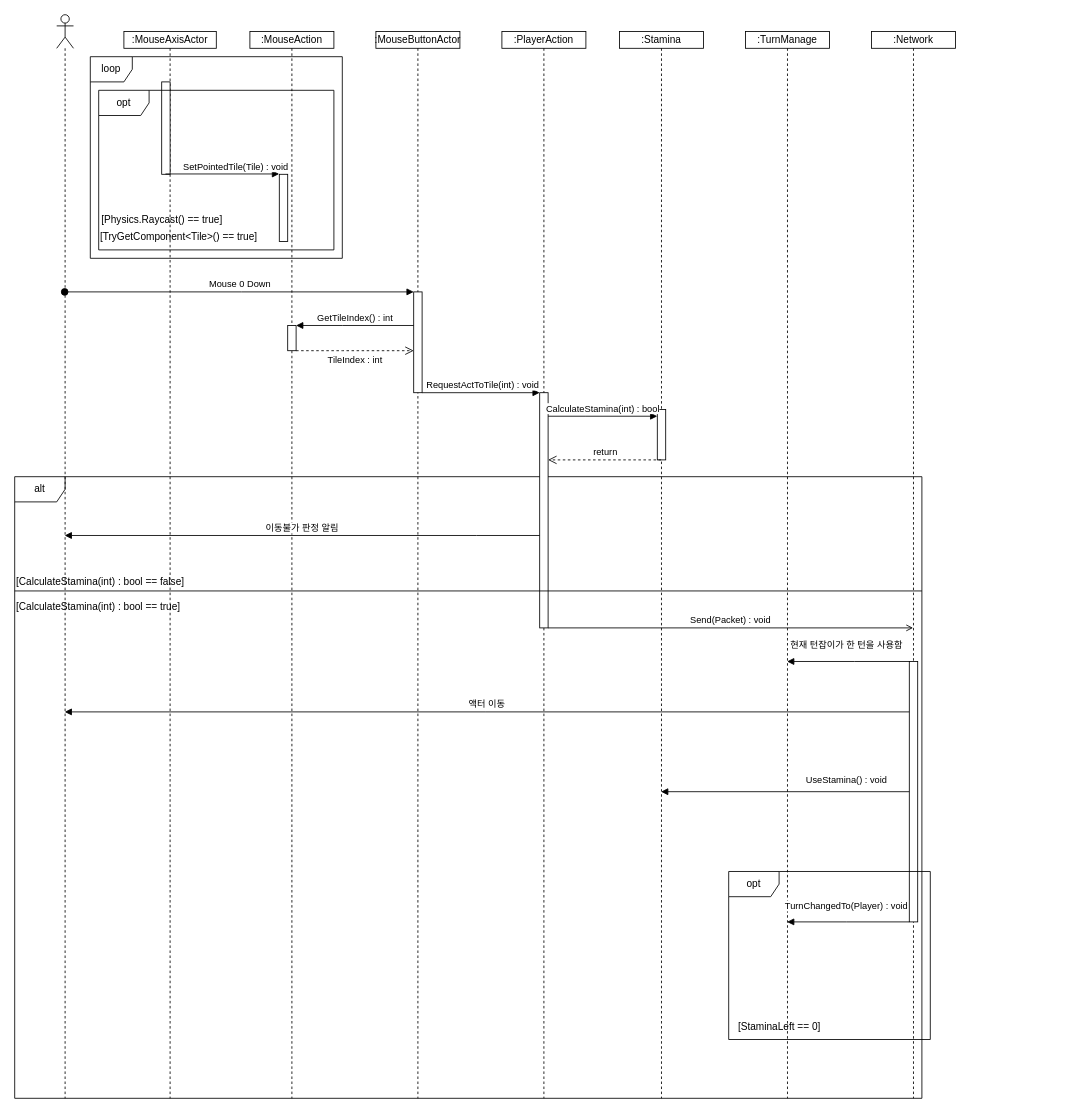
O-pera/MOBA keeps this draw.io diagram as page "RequestPlayerAction.Seq" (2 of 2) of Assets/Diagram/Sequence.drawio. Above is the earlier version. Source tidied: cells renumbered, new cells numbered last; positions are measured from the earlier drawing's top-left corner, leaving out a move shared by most shapes. Both pictures are drawn from the tidied source at 84%, with x=0, y=0 at pixel (14, 14).
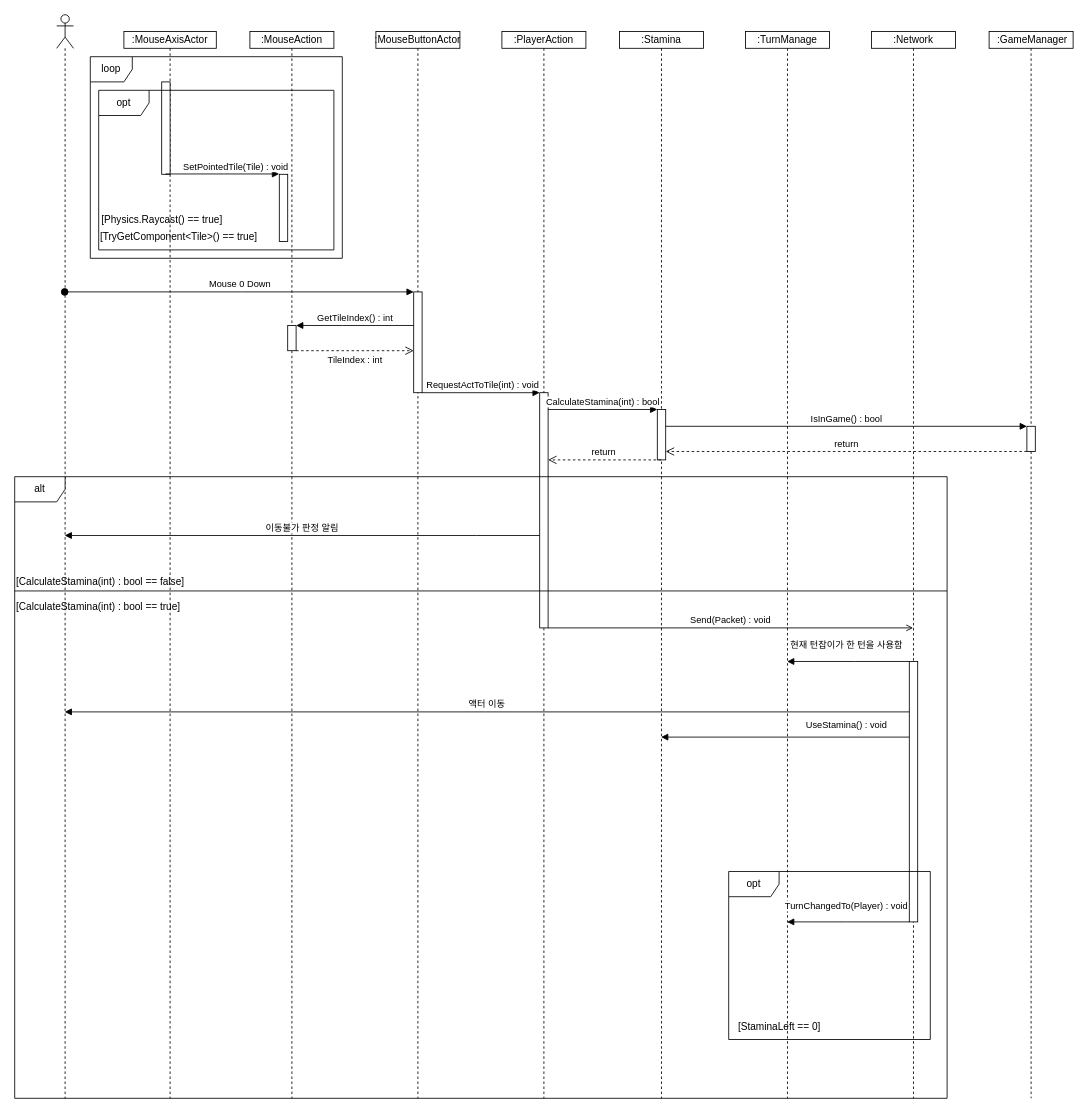
Above is the later version.

Unchanged cells that the change refers to:
```xml
<mxCell id="8" value=":Stamina" style="shape=umlLifeline;perimeter=lifelinePerimeter;whiteSpace=wrap;html=1;outlineConnect=0;size=20;" parent="1" vertex="1">
  <mxGeometry x="720" y="20" width="100" height="1270" as="geometry" />
</mxCell>
<mxCell id="9" style="html=1;points=[];perimeter=orthogonalPerimeter;" parent="8" vertex="1">
  <mxGeometry x="45" y="450" width="10" height="60" as="geometry" />
</mxCell>
<mxCell id="14" style="html=1;points=[];perimeter=orthogonalPerimeter;" parent="13" vertex="1">
  <mxGeometry x="45" y="750" width="10" height="310" as="geometry" />
</mxCell>
<mxCell id="25" style="html=1;points=[];perimeter=orthogonalPerimeter;" parent="24" vertex="1">
  <mxGeometry x="45" y="430" width="10" height="280" as="geometry" />
</mxCell>
```

Diff of the diagram source:
```diff
@@
-    <mxCell id="2" value="alt" style="shape=umlFrame;whiteSpace=wrap;html=1;" parent="1" vertex="1">
-      <mxGeometry y="550" width="1080" height="740" as="geometry" />
-    </mxCell>
@@
     <mxCell id="29" value="CalculateStamina(int) : bool" style="html=1;verticalAlign=bottom;endArrow=block;rounded=0;" parent="1" edge="1" source="25" target="9">
       <mxGeometry relative="1" as="geometry">
         <Array as="points">
-          <mxPoint x="680" y="478" />
+          <mxPoint x="680" y="470" />
         </Array>
       </mxGeometry>
     </mxCell>
     <mxCell id="30" value="return" style="html=1;verticalAlign=bottom;endArrow=open;dashed=1;endSize=8;rounded=0;" parent="1" edge="1" source="8" target="25">
-      <mxGeometry relative="1" as="geometry">
+      <mxGeometry x="0.03" relative="1" as="geometry">
         <Array as="points">
+          <mxPoint x="700" y="530" />
           <mxPoint x="670" y="530" />
         </Array>
       </mxGeometry>
     </mxCell>
@@
     <mxCell id="35" style="line;strokeWidth=1;fillColor=none;align=left;verticalAlign=middle;spacingTop=-1;spacingLeft=3;spacingRight=3;labelPosition=right;strokeColor=inherit;" parent="1" vertex="1">
-      <mxGeometry y="682" width="1080" height="8" as="geometry" />
+      <mxGeometry y="682" width="1110" height="8" as="geometry" />
     </mxCell>
@@
     <mxCell id="38" value="UseStamina() : void" style="html=1;verticalAlign=bottom;endArrow=block;rounded=0;" parent="1" edge="1" source="14" target="8">
-      <mxGeometry x="-0.49" y="-5" relative="1" as="geometry" />
+      <mxGeometry x="-0.49" y="-5" relative="1" as="geometry">
+        <Array as="points">
+          <mxPoint x="930" y="860" />
+        </Array>
+      </mxGeometry>
     </mxCell>
@@
+    <mxCell id="42" value="&amp;nbsp;:GameManager" style="shape=umlLifeline;perimeter=lifelinePerimeter;whiteSpace=wrap;html=1;newEdgeStyle={&quot;edgeStyle&quot;:&quot;elbowEdgeStyle&quot;,&quot;elbow&quot;:&quot;vertical&quot;,&quot;curved&quot;:0,&quot;rounded&quot;:0};size=20;" parent="1" vertex="1">
+      <mxGeometry x="1160" y="20" width="100" height="1270" as="geometry" />
+    </mxCell>
+    <mxCell id="43" style="html=1;points=[];perimeter=orthogonalPerimeter;outlineConnect=0;targetShapes=umlLifeline;portConstraint=eastwest;newEdgeStyle={&quot;edgeStyle&quot;:&quot;elbowEdgeStyle&quot;,&quot;elbow&quot;:&quot;vertical&quot;,&quot;curved&quot;:0,&quot;rounded&quot;:0};" parent="42" vertex="1">
+      <mxGeometry x="45" y="470" width="10" height="30" as="geometry" />
+    </mxCell>
+    <mxCell id="44" value="IsInGame() : bool" style="html=1;verticalAlign=bottom;endArrow=block;edgeStyle=elbowEdgeStyle;elbow=vertical;curved=0;rounded=0;" parent="1" edge="1" source="9" target="43">
+      <mxGeometry relative="1" as="geometry">
+        <Array as="points">
+          <mxPoint x="990" y="490" />
+        </Array>
+      </mxGeometry>
+    </mxCell>
+    <mxCell id="45" value="return" style="html=1;verticalAlign=bottom;endArrow=open;dashed=1;endSize=8;edgeStyle=elbowEdgeStyle;elbow=vertical;curved=0;rounded=0;" parent="1" edge="1" source="43" target="9">
+      <mxGeometry relative="1" as="geometry">
+        <Array as="points">
+          <mxPoint x="990" y="520" />
+        </Array>
+      </mxGeometry>
+    </mxCell>
+    <mxCell id="2" value="alt" style="shape=umlFrame;whiteSpace=wrap;html=1;" parent="1" vertex="1">
+      <mxGeometry y="550" width="1110" height="740" as="geometry" />
+    </mxCell>
```
